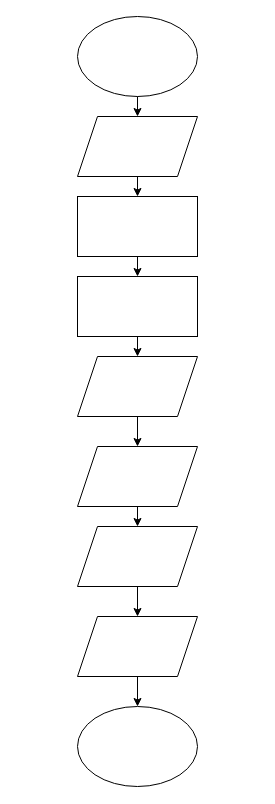
Earlier version of the draw.io diagram Untitled Diagram.drawio (Bhumi-Lakhani/program-logic). Source tidied: cells renumbered, new cells numbered last; positions are measured from the earlier drawing's top-left corner, leaving out a move shared by most shapes. Both pictures are drawn from the tidied source at 100%, with x=0, y=0 at pixel (77, 16).
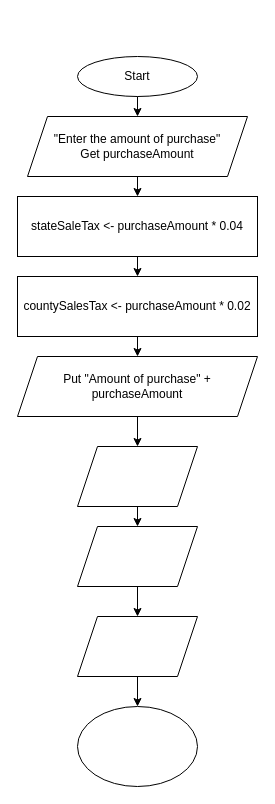
Above is the later version.

What changed in the source:
```diff
@@
 <mxGraphModel>
   <root>
     <mxCell id="0" />
     <mxCell id="1" parent="0" />
-    <mxCell id="2" style="ellipse;whiteSpace=wrap;html=1;" parent="1" vertex="1">
-      <mxGeometry width="120" height="80" as="geometry" />
+    <mxCell id="2" value="Start" style="ellipse;whiteSpace=wrap;html=1;" parent="1" vertex="1">
+      <mxGeometry y="40" width="120" height="40" as="geometry" />
     </mxCell>
-    <mxCell id="3" style="shape=parallelogram;perimeter=parallelogramPerimeter;whiteSpace=wrap;html=1;fixedSize=1;" parent="1" vertex="1">
-      <mxGeometry y="100" width="120" height="60" as="geometry" />
+    <mxCell id="3" value="&quot;Enter the amount of purchase&quot;&lt;br&gt;Get purchaseAmount" style="shape=parallelogram;perimeter=parallelogramPerimeter;whiteSpace=wrap;html=1;fixedSize=1;" parent="1" vertex="1">
+      <mxGeometry x="-50" y="100" width="220" height="60" as="geometry" />
     </mxCell>
-    <mxCell id="4" style="rounded=0;whiteSpace=wrap;html=1;" parent="1" vertex="1">
-      <mxGeometry y="180" width="120" height="60" as="geometry" />
+    <mxCell id="4" value="stateSaleTax &amp;lt;- purchaseAmount * 0.04" style="rounded=0;whiteSpace=wrap;html=1;" parent="1" vertex="1">
+      <mxGeometry x="-60" y="180" width="240" height="60" as="geometry" />
     </mxCell>
-    <mxCell id="5" style="rounded=0;whiteSpace=wrap;html=1;" parent="1" vertex="1">
-      <mxGeometry y="260" width="120" height="60" as="geometry" />
+    <mxCell id="5" value="countySalesTax &amp;lt;- purchaseAmount * 0.02" style="rounded=0;whiteSpace=wrap;html=1;" parent="1" vertex="1">
+      <mxGeometry x="-60" y="260" width="240" height="60" as="geometry" />
     </mxCell>
     <mxCell id="6" style="shape=parallelogram;perimeter=parallelogramPerimeter;whiteSpace=wrap;html=1;fixedSize=1;" parent="1" vertex="1">
       <mxGeometry y="430" width="120" height="60" as="geometry" />
     </mxCell>
     <mxCell id="7" style="shape=parallelogram;perimeter=parallelogramPerimeter;whiteSpace=wrap;html=1;fixedSize=1;" parent="1" vertex="1">
       <mxGeometry y="510" width="120" height="60" as="geometry" />
     </mxCell>
     <mxCell id="8" style="shape=parallelogram;perimeter=parallelogramPerimeter;whiteSpace=wrap;html=1;fixedSize=1;" parent="1" vertex="1">
       <mxGeometry y="600" width="120" height="60" as="geometry" />
     </mxCell>
-    <mxCell id="9" style="shape=parallelogram;perimeter=parallelogramPerimeter;whiteSpace=wrap;html=1;fixedSize=1;" parent="1" vertex="1">
-      <mxGeometry y="340" width="120" height="60" as="geometry" />
+    <mxCell id="9" value="Put &quot;Amount of purchase&quot; + purchaseAmount" style="shape=parallelogram;perimeter=parallelogramPerimeter;whiteSpace=wrap;html=1;fixedSize=1;" parent="1" vertex="1">
+      <mxGeometry x="-60" y="340" width="240" height="60" as="geometry" />
     </mxCell>
     <mxCell id="10" style="ellipse;whiteSpace=wrap;html=1;" parent="1" vertex="1">
       <mxGeometry y="690" width="120" height="80" as="geometry" />
     </mxCell>
     <mxCell id="11" style="endArrow=classic;html=1;exitX=0.5;exitY=1;exitDx=0;exitDy=0;entryX=0.5;entryY=0;entryDx=0;entryDy=0;" parent="1" edge="1" source="8" target="10">
       <mxGeometry relative="1" as="geometry" />
     </mxCell>
     <mxCell id="12" style="endArrow=classic;html=1;exitX=0.5;exitY=1;exitDx=0;exitDy=0;" parent="1" edge="1" source="7" target="8">
       <mxGeometry relative="1" as="geometry" />
     </mxCell>
     <mxCell id="13" style="endArrow=classic;html=1;exitX=0.5;exitY=1;exitDx=0;exitDy=0;entryX=0.5;entryY=0;entryDx=0;entryDy=0;" parent="1" edge="1" source="6" target="7">
       <mxGeometry relative="1" as="geometry" />
     </mxCell>
     <mxCell id="14" style="endArrow=classic;html=1;exitX=0.5;exitY=1;exitDx=0;exitDy=0;entryX=0.5;entryY=0;entryDx=0;entryDy=0;" parent="1" edge="1" source="9" target="6">
       <mxGeometry relative="1" as="geometry" />
     </mxCell>
     <mxCell id="15" style="endArrow=classic;html=1;exitX=0.5;exitY=1;exitDx=0;exitDy=0;entryX=0.5;entryY=0;entryDx=0;entryDy=0;" parent="1" edge="1" source="5" target="9">
       <mxGeometry relative="1" as="geometry" />
     </mxCell>
     <mxCell id="16" style="endArrow=classic;html=1;exitX=0.5;exitY=1;exitDx=0;exitDy=0;entryX=0.5;entryY=0;entryDx=0;entryDy=0;" parent="1" edge="1" source="4" target="5">
       <mxGeometry relative="1" as="geometry" />
     </mxCell>
     <mxCell id="17" style="endArrow=classic;html=1;exitX=0.5;exitY=1;exitDx=0;exitDy=0;entryX=0.5;entryY=0;entryDx=0;entryDy=0;" parent="1" edge="1" source="3" target="4">
       <mxGeometry relative="1" as="geometry" />
     </mxCell>
     <mxCell id="18" style="endArrow=classic;html=1;exitX=0.5;exitY=1;exitDx=0;exitDy=0;entryX=0.5;entryY=0;entryDx=0;entryDy=0;" parent="1" edge="1" source="2" target="3">
       <mxGeometry relative="1" as="geometry" />
     </mxCell>
   </root>
 </mxGraphModel>
```
